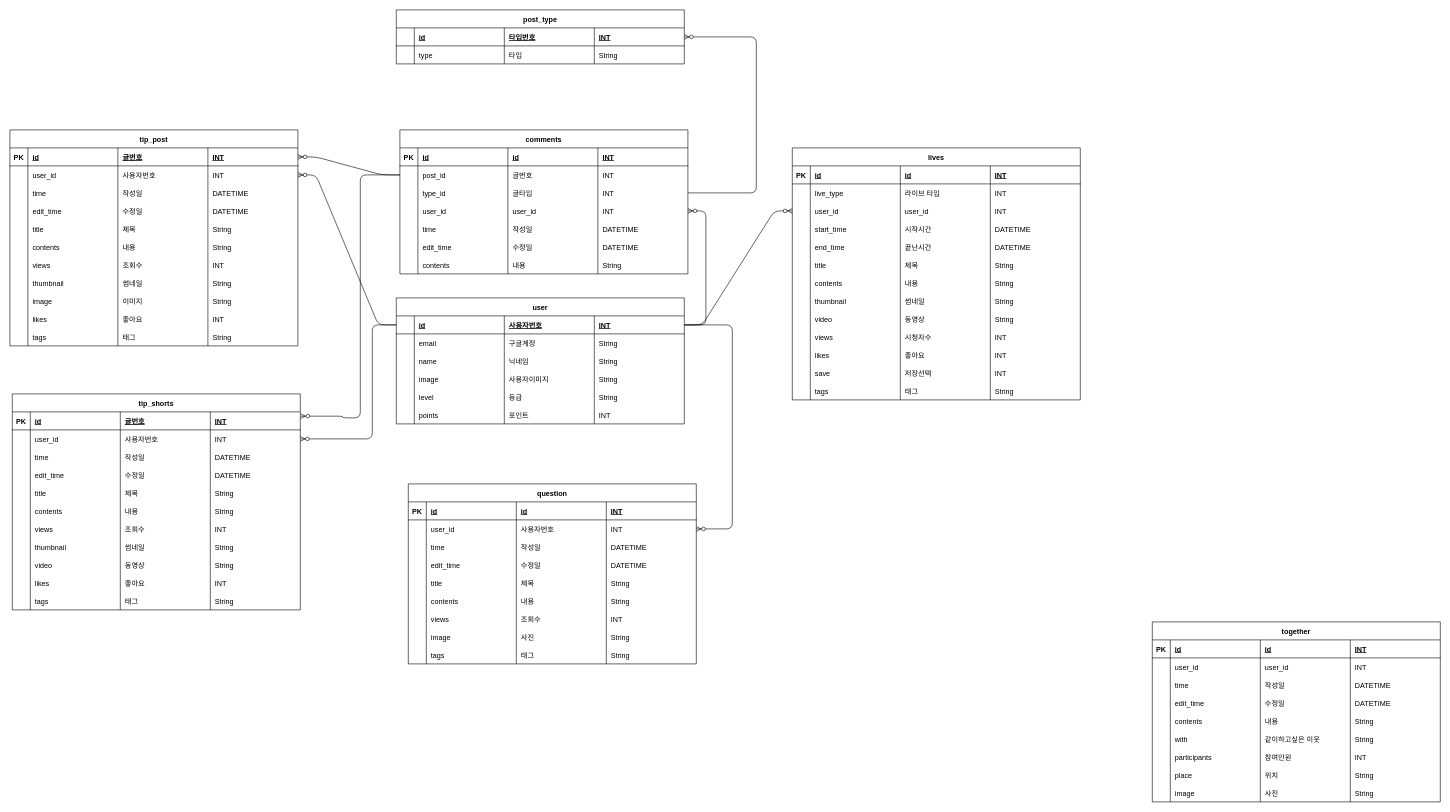
Above: Untitled Diagram.drawio in fjwldap/2016726031 (draw.io), before the change. Source tidied: cells renumbered, new cells numbered last; positions are measured from the earlier drawing's top-left corner, leaving out a move shared by most shapes. Both pictures are drawn from the tidied source at 60%, with x=0, y=0 at pixel (10, 10).
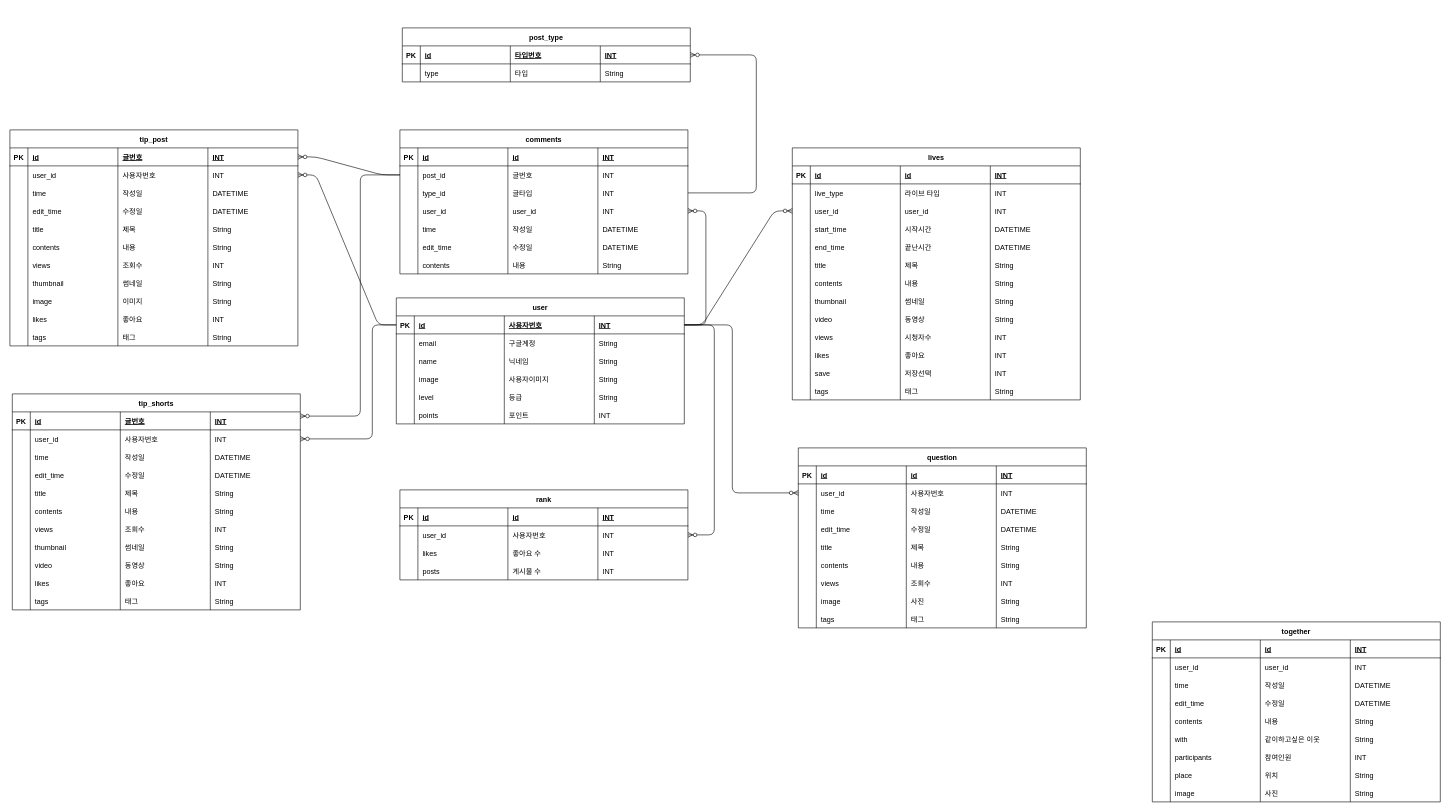
The same diagram, later.

The change refers to these unchanged cells:
```xml
<mxCell id="3" style="shape=partialRectangle;fillColor=none;top=0;left=0;bottom=1;right=0;points=[[0,0.5],[1,0.5]];portConstraint=eastwest;" parent="2" vertex="1">
  <mxGeometry y="30" width="480" height="30" as="geometry" />
</mxCell>
<mxCell id="95" style="shape=partialRectangle;fillColor=none;top=0;left=0;bottom=0;right=0;points=[[0,0.5],[1,0.5]];portConstraint=eastwest;" parent="89" vertex="1">
  <mxGeometry y="60" width="480" height="30" as="geometry" />
</mxCell>
<mxCell id="100" style="shape=partialRectangle;fillColor=none;top=0;left=0;bottom=0;right=0;points=[[0,0.5],[1,0.5]];portConstraint=eastwest;" parent="89" vertex="1">
  <mxGeometry y="90" width="480" height="30" as="geometry" />
</mxCell>
<mxCell id="131" style="shape=partialRectangle;fillColor=none;top=0;left=0;bottom=0;right=0;points=[[0,0.5],[1,0.5]];portConstraint=eastwest;" parent="125" vertex="1">
  <mxGeometry y="60" width="480" height="30" as="geometry" />
</mxCell>
<mxCell id="289" style="shape=partialRectangle;fillColor=none;top=0;left=0;bottom=1;right=0;points=[[0,0.5],[1,0.5]];portConstraint=eastwest;" parent="288" vertex="1">
  <mxGeometry y="30" width="480" height="30" as="geometry" />
</mxCell>
<mxCell id="345" style="shape=partialRectangle;fillColor=none;top=0;left=0;bottom=1;right=0;points=[[0,0.5],[1,0.5]];portConstraint=eastwest;" parent="344" vertex="1">
  <mxGeometry y="30" width="480" height="30" as="geometry" />
</mxCell>
```

Change to the diagram source:
```diff
@@
-    <mxCell id="4" style="shape=partialRectangle;fillColor=none;top=0;left=0;bottom=0;right=0;fontStyle=1;overflow=hidden;" parent="3" vertex="1">
+    <mxCell id="4" value="PK" style="shape=partialRectangle;fillColor=none;top=0;left=0;bottom=0;right=0;fontStyle=1;overflow=hidden;" parent="3" vertex="1">
       <mxGeometry width="30" height="30" as="geometry" />
     </mxCell>
@@
     <mxCell id="125" value="question" style="shape=table;startSize=30;childLayout=tableLayout;rowLines=0;fontStyle=1;align=center;" parent="1" vertex="1">
-      <mxGeometry x="664" y="790" width="480" height="300" as="geometry" />
+      <mxGeometry x="1314" y="730" width="480" height="300" as="geometry" />
     </mxCell>
@@
-    <mxCell id="285" style="edgeStyle=orthogonalEdgeStyle;fontSize=12;html=1;endArrow=ERzeroToMany;exitX=1;exitY=0.5;exitDx=0;exitDy=0;endFill=1;entryX=1;entryY=0.5;entryDx=0;entryDy=0;" parent="1" edge="1" source="3" target="131">
+    <mxCell id="285" style="edgeStyle=orthogonalEdgeStyle;fontSize=12;html=1;endArrow=ERzeroToMany;exitX=1;exitY=0.5;exitDx=0;exitDy=0;endFill=1;entryX=0;entryY=0.5;entryDx=0;entryDy=0;" parent="1" edge="1" source="3" target="131">
       <mxGeometry relative="1" as="geometry">
         <Array as="points">
           <mxPoint x="1204" y="525" />
-          <mxPoint x="1204" y="865" />
+          <mxPoint x="1204" y="805" />
         </Array>
       </mxGeometry>
     </mxCell>
@@
     <mxCell id="344" value="post_type" style="shape=table;startSize=30;childLayout=tableLayout;rowLines=0;fontStyle=1;align=center;" parent="1" vertex="1">
-      <mxGeometry x="644" width="480" height="90" as="geometry" />
+      <mxGeometry x="654" y="30" width="480" height="90" as="geometry" />
     </mxCell>
@@
-    <mxCell id="346" style="shape=partialRectangle;fillColor=none;top=0;left=0;bottom=0;right=0;fontStyle=1;overflow=hidden;" parent="345" vertex="1">
+    <mxCell id="346" value="PK" style="shape=partialRectangle;fillColor=none;top=0;left=0;bottom=0;right=0;fontStyle=1;overflow=hidden;" parent="345" vertex="1">
       <mxGeometry width="30" height="30" as="geometry" />
     </mxCell>
@@
     <mxCell id="356" style="edgeStyle=orthogonalEdgeStyle;fontSize=12;html=1;endArrow=ERzeroToMany;exitX=1;exitY=0.5;exitDx=0;exitDy=0;endFill=1;entryX=1;entryY=0.5;entryDx=0;entryDy=0;" parent="1" edge="1" source="100" target="345">
       <mxGeometry relative="1" as="geometry">
         <Array as="points">
           <mxPoint x="1244" y="305" />
-          <mxPoint x="1244" y="45" />
+          <mxPoint x="1244" y="75" />
         </Array>
       </mxGeometry>
     </mxCell>
-    <mxCell id="357" style="edgeStyle=orthogonalEdgeStyle;fontSize=12;html=1;endArrow=ERzeroToMany;exitX=0;exitY=0.5;exitDx=0;exitDy=0;endFill=1;entryX=1.001;entryY=0.237;entryDx=0;entryDy=0;entryPerimeter=0;" parent="1" edge="1" source="95" target="289">
+    <mxCell id="357" style="edgeStyle=orthogonalEdgeStyle;fontSize=12;html=1;endArrow=ERzeroToMany;exitX=0;exitY=0.5;exitDx=0;exitDy=0;endFill=1;" parent="1" edge="1" source="95" target="289">
       <mxGeometry relative="1" as="geometry">
         <Array as="points">
           <mxPoint x="584" y="275" />
-          <mxPoint x="584" y="680" />
-          <mxPoint x="554" y="680" />
-          <mxPoint x="554" y="677" />
+          <mxPoint x="584" y="677" />
         </Array>
       </mxGeometry>
     </mxCell>
+    <mxCell id="358" value="rank" style="shape=table;startSize=30;childLayout=tableLayout;rowLines=0;fontStyle=1;align=center;" parent="1" vertex="1">
+      <mxGeometry x="650" y="800" width="480" height="150" as="geometry" />
+    </mxCell>
+    <mxCell id="359" style="shape=partialRectangle;fillColor=none;top=0;left=0;bottom=1;right=0;" parent="358" vertex="1">
+      <mxGeometry y="30" width="480" height="30" as="geometry" />
+    </mxCell>
+    <mxCell id="360" value="PK" style="shape=partialRectangle;fillColor=none;top=0;left=0;bottom=0;right=0;fontStyle=1;overflow=hidden;" parent="359" vertex="1">
+      <mxGeometry width="30" height="30" as="geometry" />
+    </mxCell>
+    <mxCell id="361" value="id" style="shape=partialRectangle;fillColor=none;top=0;left=0;bottom=0;right=0;align=left;spacingLeft=6;fontStyle=5;overflow=hidden;" parent="359" vertex="1">
+      <mxGeometry x="30" width="150" height="30" as="geometry" />
+    </mxCell>
+    <mxCell id="362" value="id" style="shape=partialRectangle;fillColor=none;top=0;left=0;bottom=0;right=0;align=left;spacingLeft=6;fontStyle=5;overflow=hidden;" parent="359" vertex="1">
+      <mxGeometry x="180" width="150" height="30" as="geometry" />
+    </mxCell>
+    <mxCell id="363" value="INT" style="shape=partialRectangle;fillColor=none;top=0;left=0;bottom=0;right=0;align=left;spacingLeft=6;fontStyle=5;overflow=hidden;" parent="359" vertex="1">
+      <mxGeometry x="330" width="150" height="30" as="geometry" />
+    </mxCell>
+    <mxCell id="364" style="shape=partialRectangle;fillColor=none;top=0;left=0;bottom=0;right=0;" parent="358" vertex="1">
+      <mxGeometry y="60" width="480" height="30" as="geometry" />
+    </mxCell>
+    <mxCell id="365" style="shape=partialRectangle;fillColor=none;top=0;left=0;bottom=0;right=0;overflow=hidden;" parent="364" vertex="1">
+      <mxGeometry width="30" height="30" as="geometry" />
+    </mxCell>
+    <mxCell id="366" value="user_id" style="shape=partialRectangle;fillColor=none;top=0;left=0;bottom=0;right=0;align=left;spacingLeft=6;overflow=hidden;" parent="364" vertex="1">
+      <mxGeometry x="30" width="150" height="30" as="geometry" />
+    </mxCell>
+    <mxCell id="367" value="사용자번호" style="shape=partialRectangle;fillColor=none;top=0;left=0;bottom=0;right=0;align=left;spacingLeft=6;overflow=hidden;" parent="364" vertex="1">
+      <mxGeometry x="180" width="150" height="30" as="geometry" />
+    </mxCell>
+    <mxCell id="368" value="INT" style="shape=partialRectangle;fillColor=none;top=0;left=0;bottom=0;right=0;align=left;spacingLeft=6;overflow=hidden;" parent="364" vertex="1">
+      <mxGeometry x="330" width="150" height="30" as="geometry" />
+    </mxCell>
+    <mxCell id="369" style="shape=partialRectangle;fillColor=none;top=0;left=0;bottom=0;right=0;" parent="358" vertex="1">
+      <mxGeometry y="90" width="480" height="30" as="geometry" />
+    </mxCell>
+    <mxCell id="370" style="shape=partialRectangle;fillColor=none;top=0;left=0;bottom=0;right=0;overflow=hidden;" parent="369" vertex="1">
+      <mxGeometry width="30" height="30" as="geometry" />
+    </mxCell>
+    <mxCell id="371" value="likes" style="shape=partialRectangle;fillColor=none;top=0;left=0;bottom=0;right=0;align=left;spacingLeft=6;overflow=hidden;" parent="369" vertex="1">
+      <mxGeometry x="30" width="150" height="30" as="geometry" />
+    </mxCell>
+    <mxCell id="372" value="좋아요 수" style="shape=partialRectangle;fillColor=none;top=0;left=0;bottom=0;right=0;align=left;spacingLeft=6;overflow=hidden;" parent="369" vertex="1">
+      <mxGeometry x="180" width="150" height="30" as="geometry" />
+    </mxCell>
+    <mxCell id="373" value="INT" style="shape=partialRectangle;fillColor=none;top=0;left=0;bottom=0;right=0;align=left;spacingLeft=6;overflow=hidden;" parent="369" vertex="1">
+      <mxGeometry x="330" width="150" height="30" as="geometry" />
+    </mxCell>
+    <mxCell id="374" style="shape=partialRectangle;fillColor=none;top=0;left=0;bottom=0;right=0;" parent="358" vertex="1">
+      <mxGeometry y="120" width="480" height="30" as="geometry" />
+    </mxCell>
+    <mxCell id="375" style="shape=partialRectangle;fillColor=none;top=0;left=0;bottom=0;right=0;overflow=hidden;" parent="374" vertex="1">
+      <mxGeometry width="30" height="30" as="geometry" />
+    </mxCell>
+    <mxCell id="376" value="posts" style="shape=partialRectangle;fillColor=none;top=0;left=0;bottom=0;right=0;align=left;spacingLeft=6;overflow=hidden;" parent="374" vertex="1">
+      <mxGeometry x="30" width="150" height="30" as="geometry" />
+    </mxCell>
+    <mxCell id="377" value="게시물 수" style="shape=partialRectangle;fillColor=none;top=0;left=0;bottom=0;right=0;align=left;spacingLeft=6;overflow=hidden;" parent="374" vertex="1">
+      <mxGeometry x="180" width="150" height="30" as="geometry" />
+    </mxCell>
+    <mxCell id="378" value="INT" style="shape=partialRectangle;fillColor=none;top=0;left=0;bottom=0;right=0;align=left;spacingLeft=6;overflow=hidden;" parent="374" vertex="1">
+      <mxGeometry x="330" width="150" height="30" as="geometry" />
+    </mxCell>
+    <mxCell id="379" style="edgeStyle=orthogonalEdgeStyle;fontSize=12;html=1;endArrow=ERzeroToMany;exitX=1;exitY=0.5;exitDx=0;exitDy=0;endFill=1;" parent="1" edge="1" source="3">
+      <mxGeometry relative="1" as="geometry">
+        <mxPoint x="1130" y="875" as="targetPoint" />
+        <Array as="points">
+          <mxPoint x="1174" y="525" />
+          <mxPoint x="1174" y="875" />
+        </Array>
+      </mxGeometry>
+    </mxCell>
```
